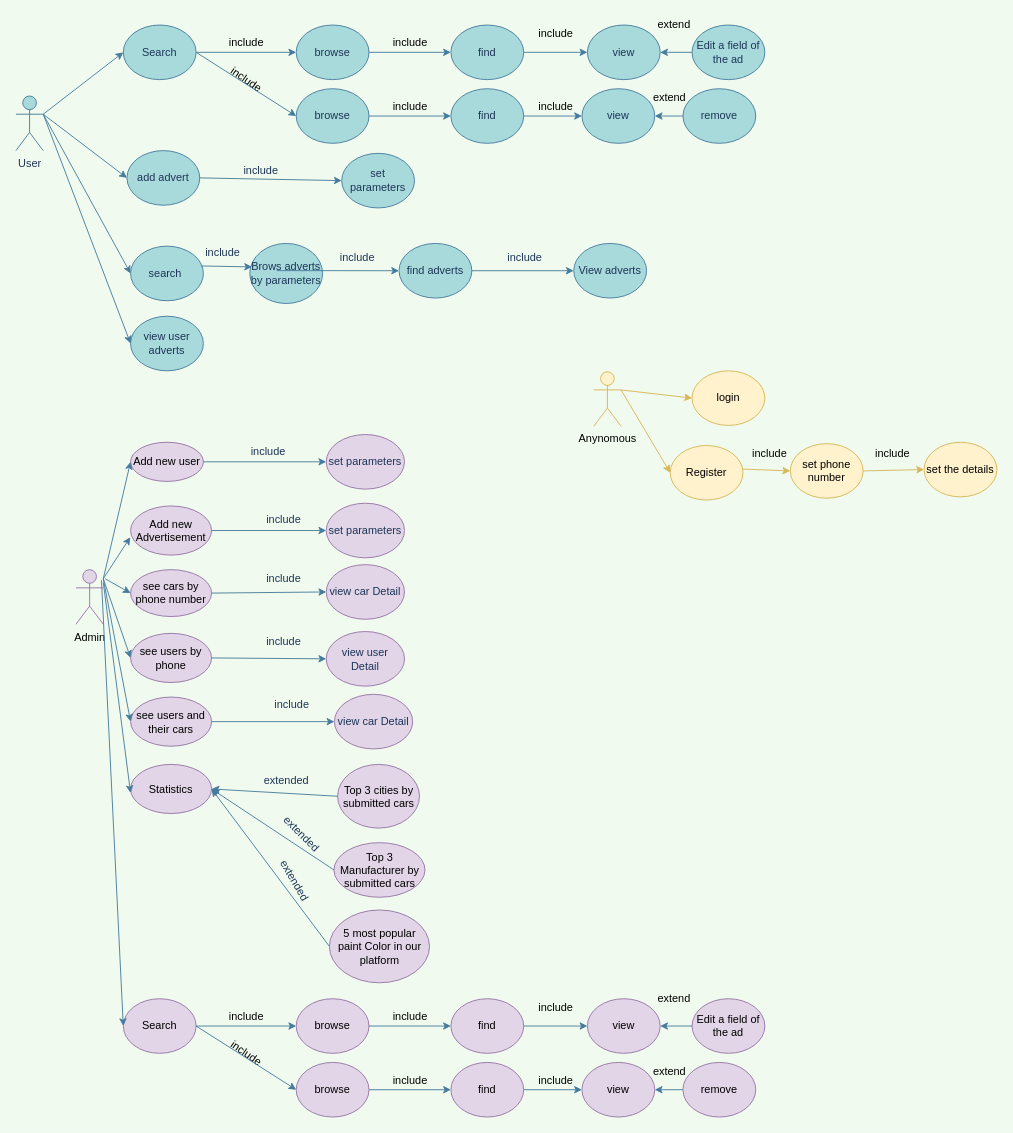
Earlier version of the draw.io diagram Untitled Diagram.drawio (kamran-mehravar/Large-scale-and-Multi-structured-Databases-Project). Source tidied: cells renumbered, new cells numbered last; positions are measured from the earlier drawing's top-left corner, leaving out a move shared by most shapes. Both pictures are drawn from the tidied source at 91%, with x=0, y=0 at pixel (15, 15).
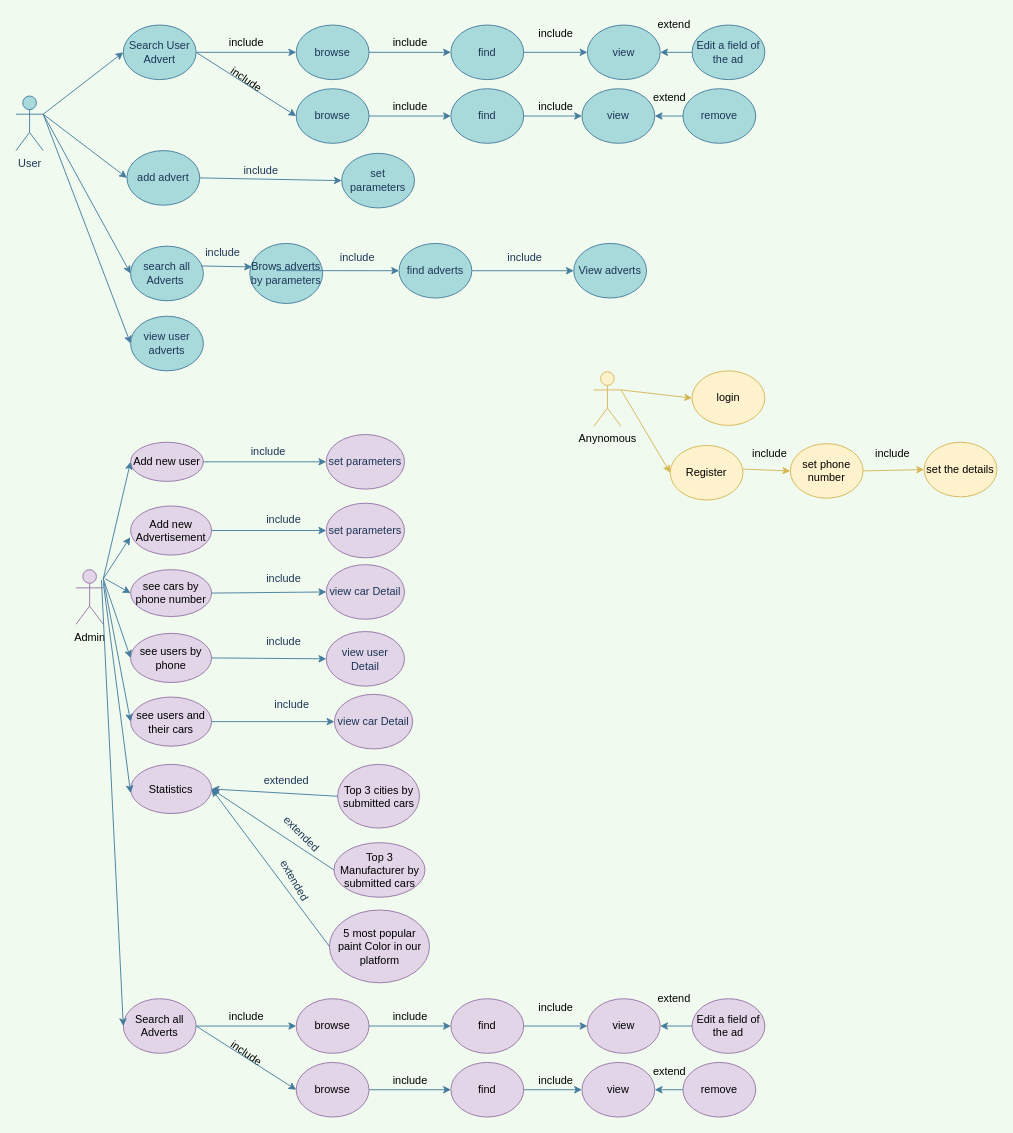
After the change.

The edit, as a diff of the source:
```diff
@@
-    <mxCell id="11" value="search&amp;nbsp;" style="ellipse;whiteSpace=wrap;html=1;fillColor=#A8DADC;strokeColor=#457B9D;fontColor=#1D3557;" parent="1" vertex="1">
+    <mxCell id="11" value="search all Adverts&amp;nbsp;" style="ellipse;whiteSpace=wrap;html=1;fillColor=#A8DADC;strokeColor=#457B9D;fontColor=#1D3557;" parent="1" vertex="1">
       <mxGeometry x="126" y="253" width="80" height="60" as="geometry" />
     </mxCell>
@@
-    <mxCell id="57" value="Search" style="ellipse;whiteSpace=wrap;html=1;fillColor=#A8DADC;strokeColor=#457B9D;fontColor=#1D3557;" parent="1" vertex="1">
+    <mxCell id="57" value="Search User Advert" style="ellipse;whiteSpace=wrap;html=1;fillColor=#A8DADC;strokeColor=#457B9D;fontColor=#1D3557;" parent="1" vertex="1">
       <mxGeometry x="118" y="10" width="80" height="60" as="geometry" />
     </mxCell>
@@
-    <mxCell id="100" value="Search" style="ellipse;whiteSpace=wrap;html=1;fillColor=#e1d5e7;strokeColor=#9673a6;" parent="1" vertex="1">
+    <mxCell id="100" value="Search all Adverts" style="ellipse;whiteSpace=wrap;html=1;fillColor=#e1d5e7;strokeColor=#9673a6;" parent="1" vertex="1">
       <mxGeometry x="118" y="1080" width="80" height="60" as="geometry" />
     </mxCell>
```
